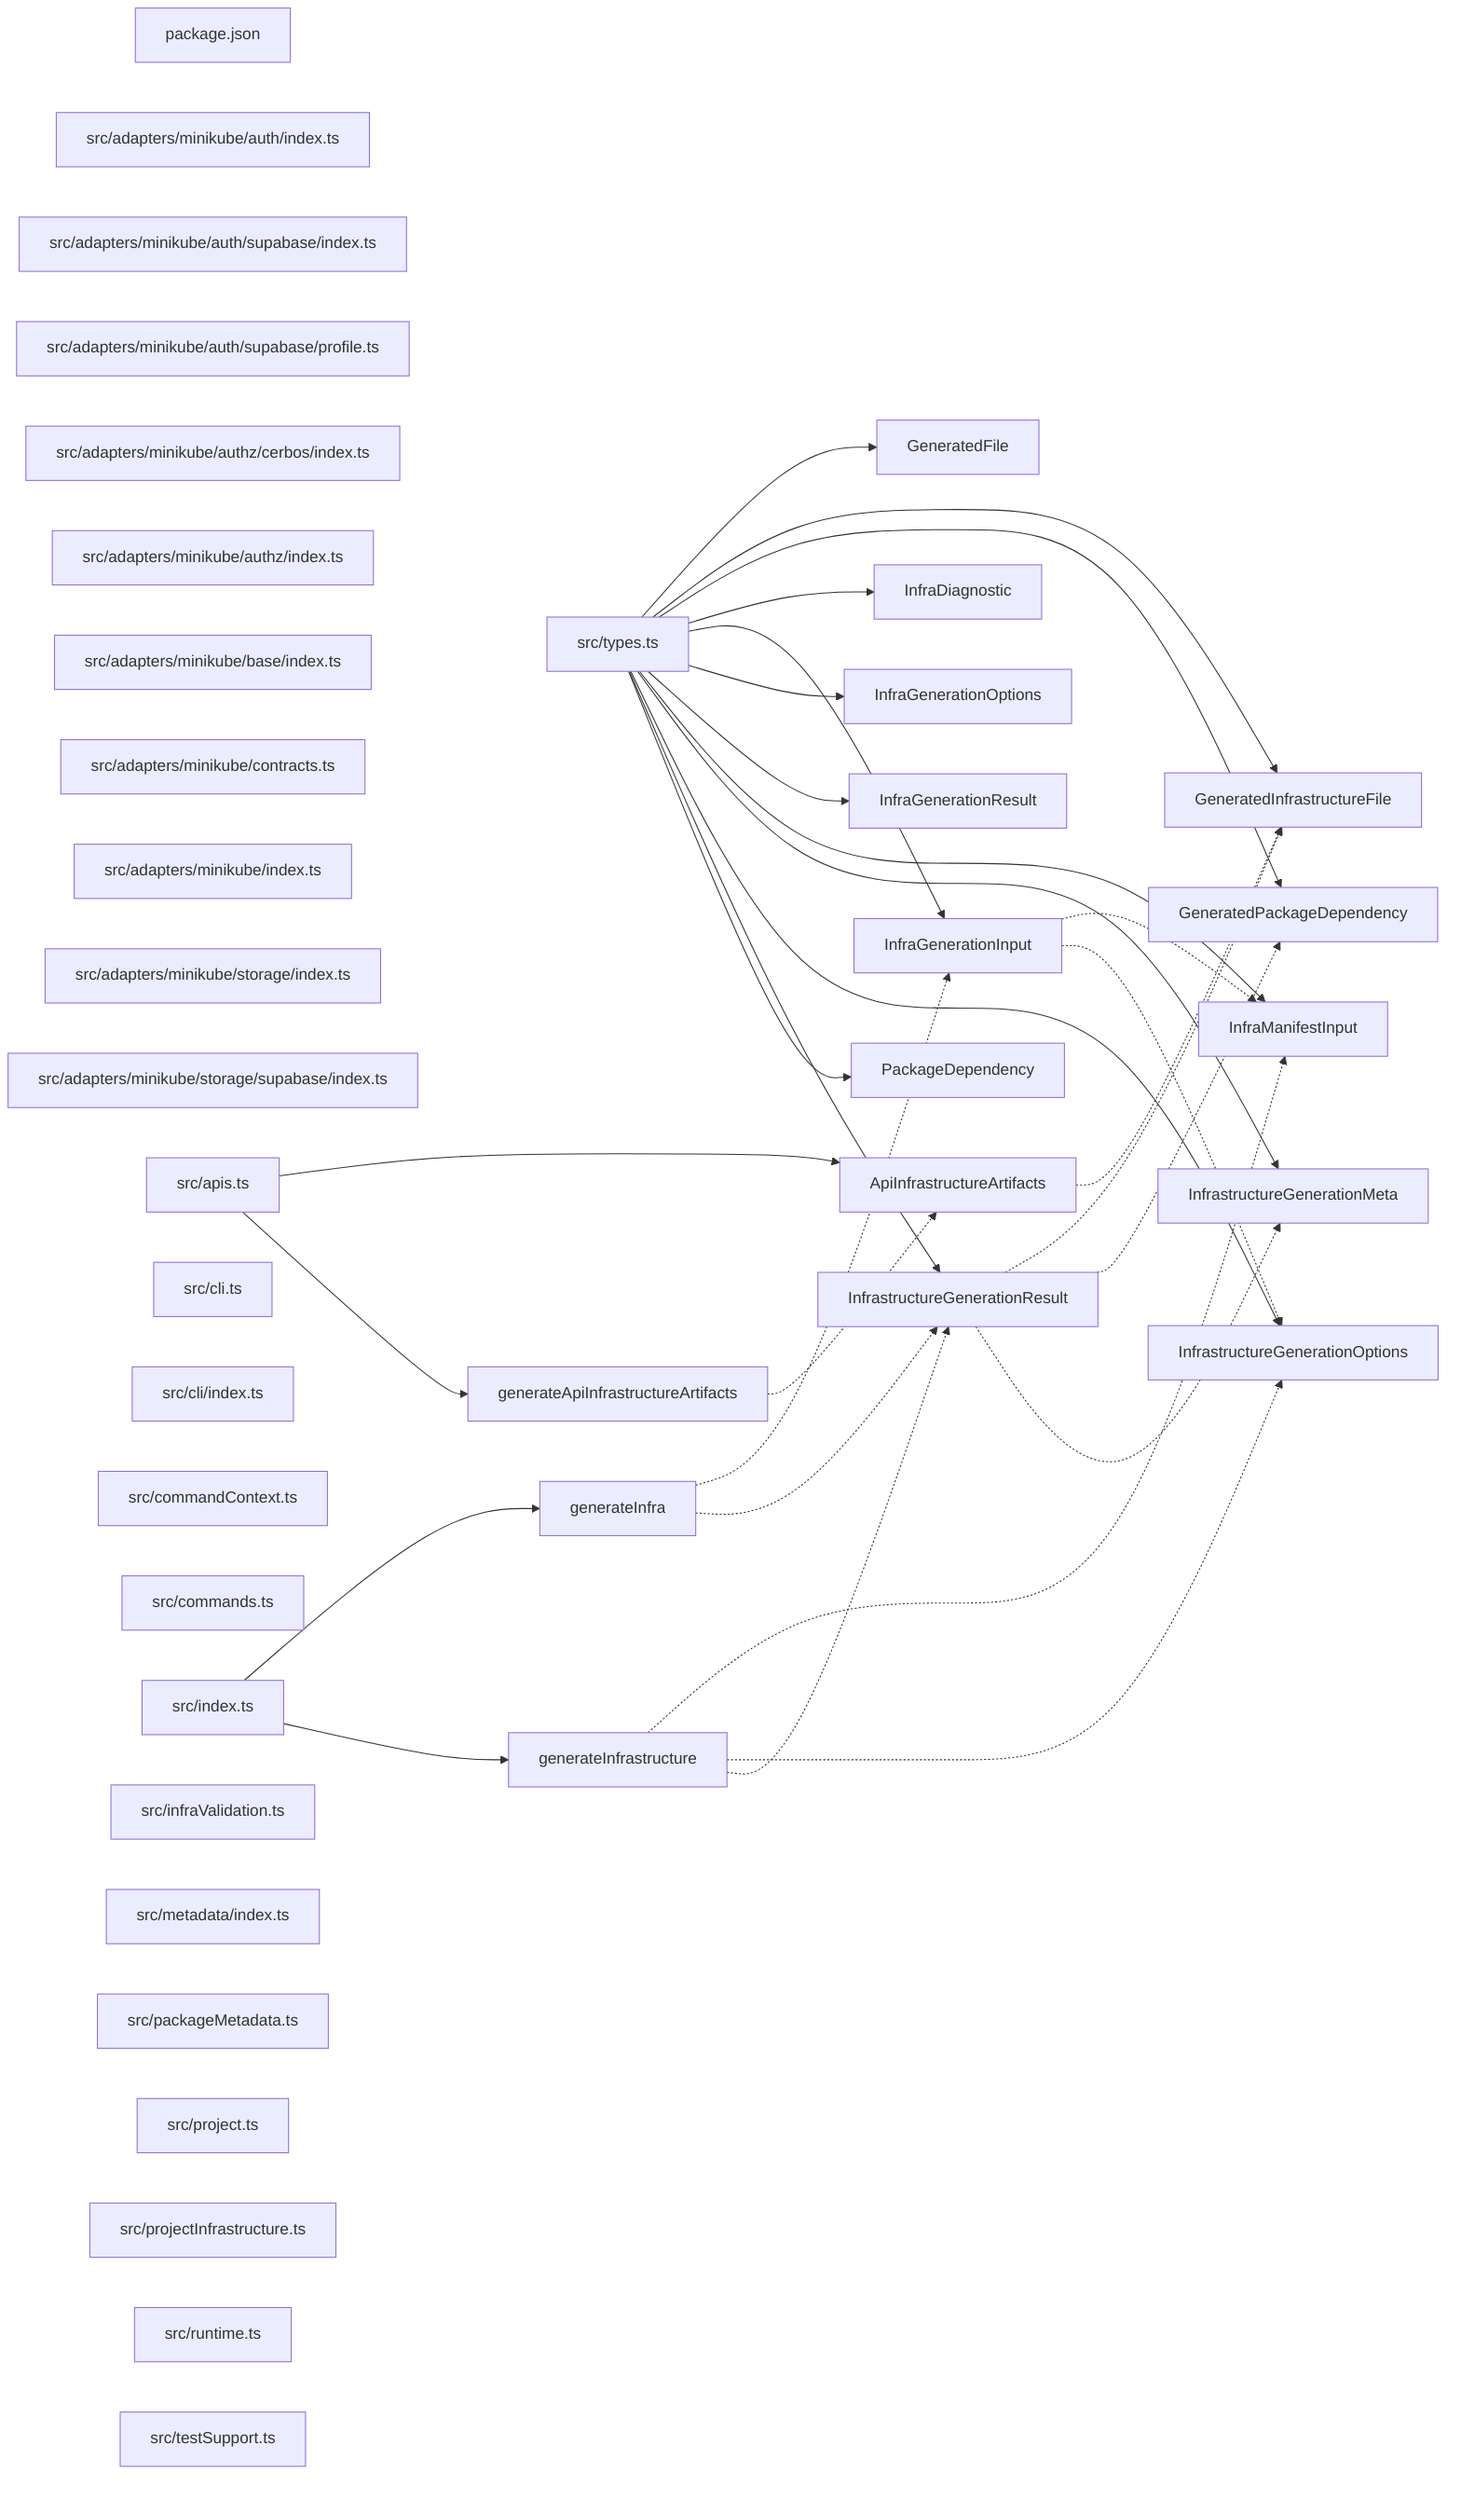
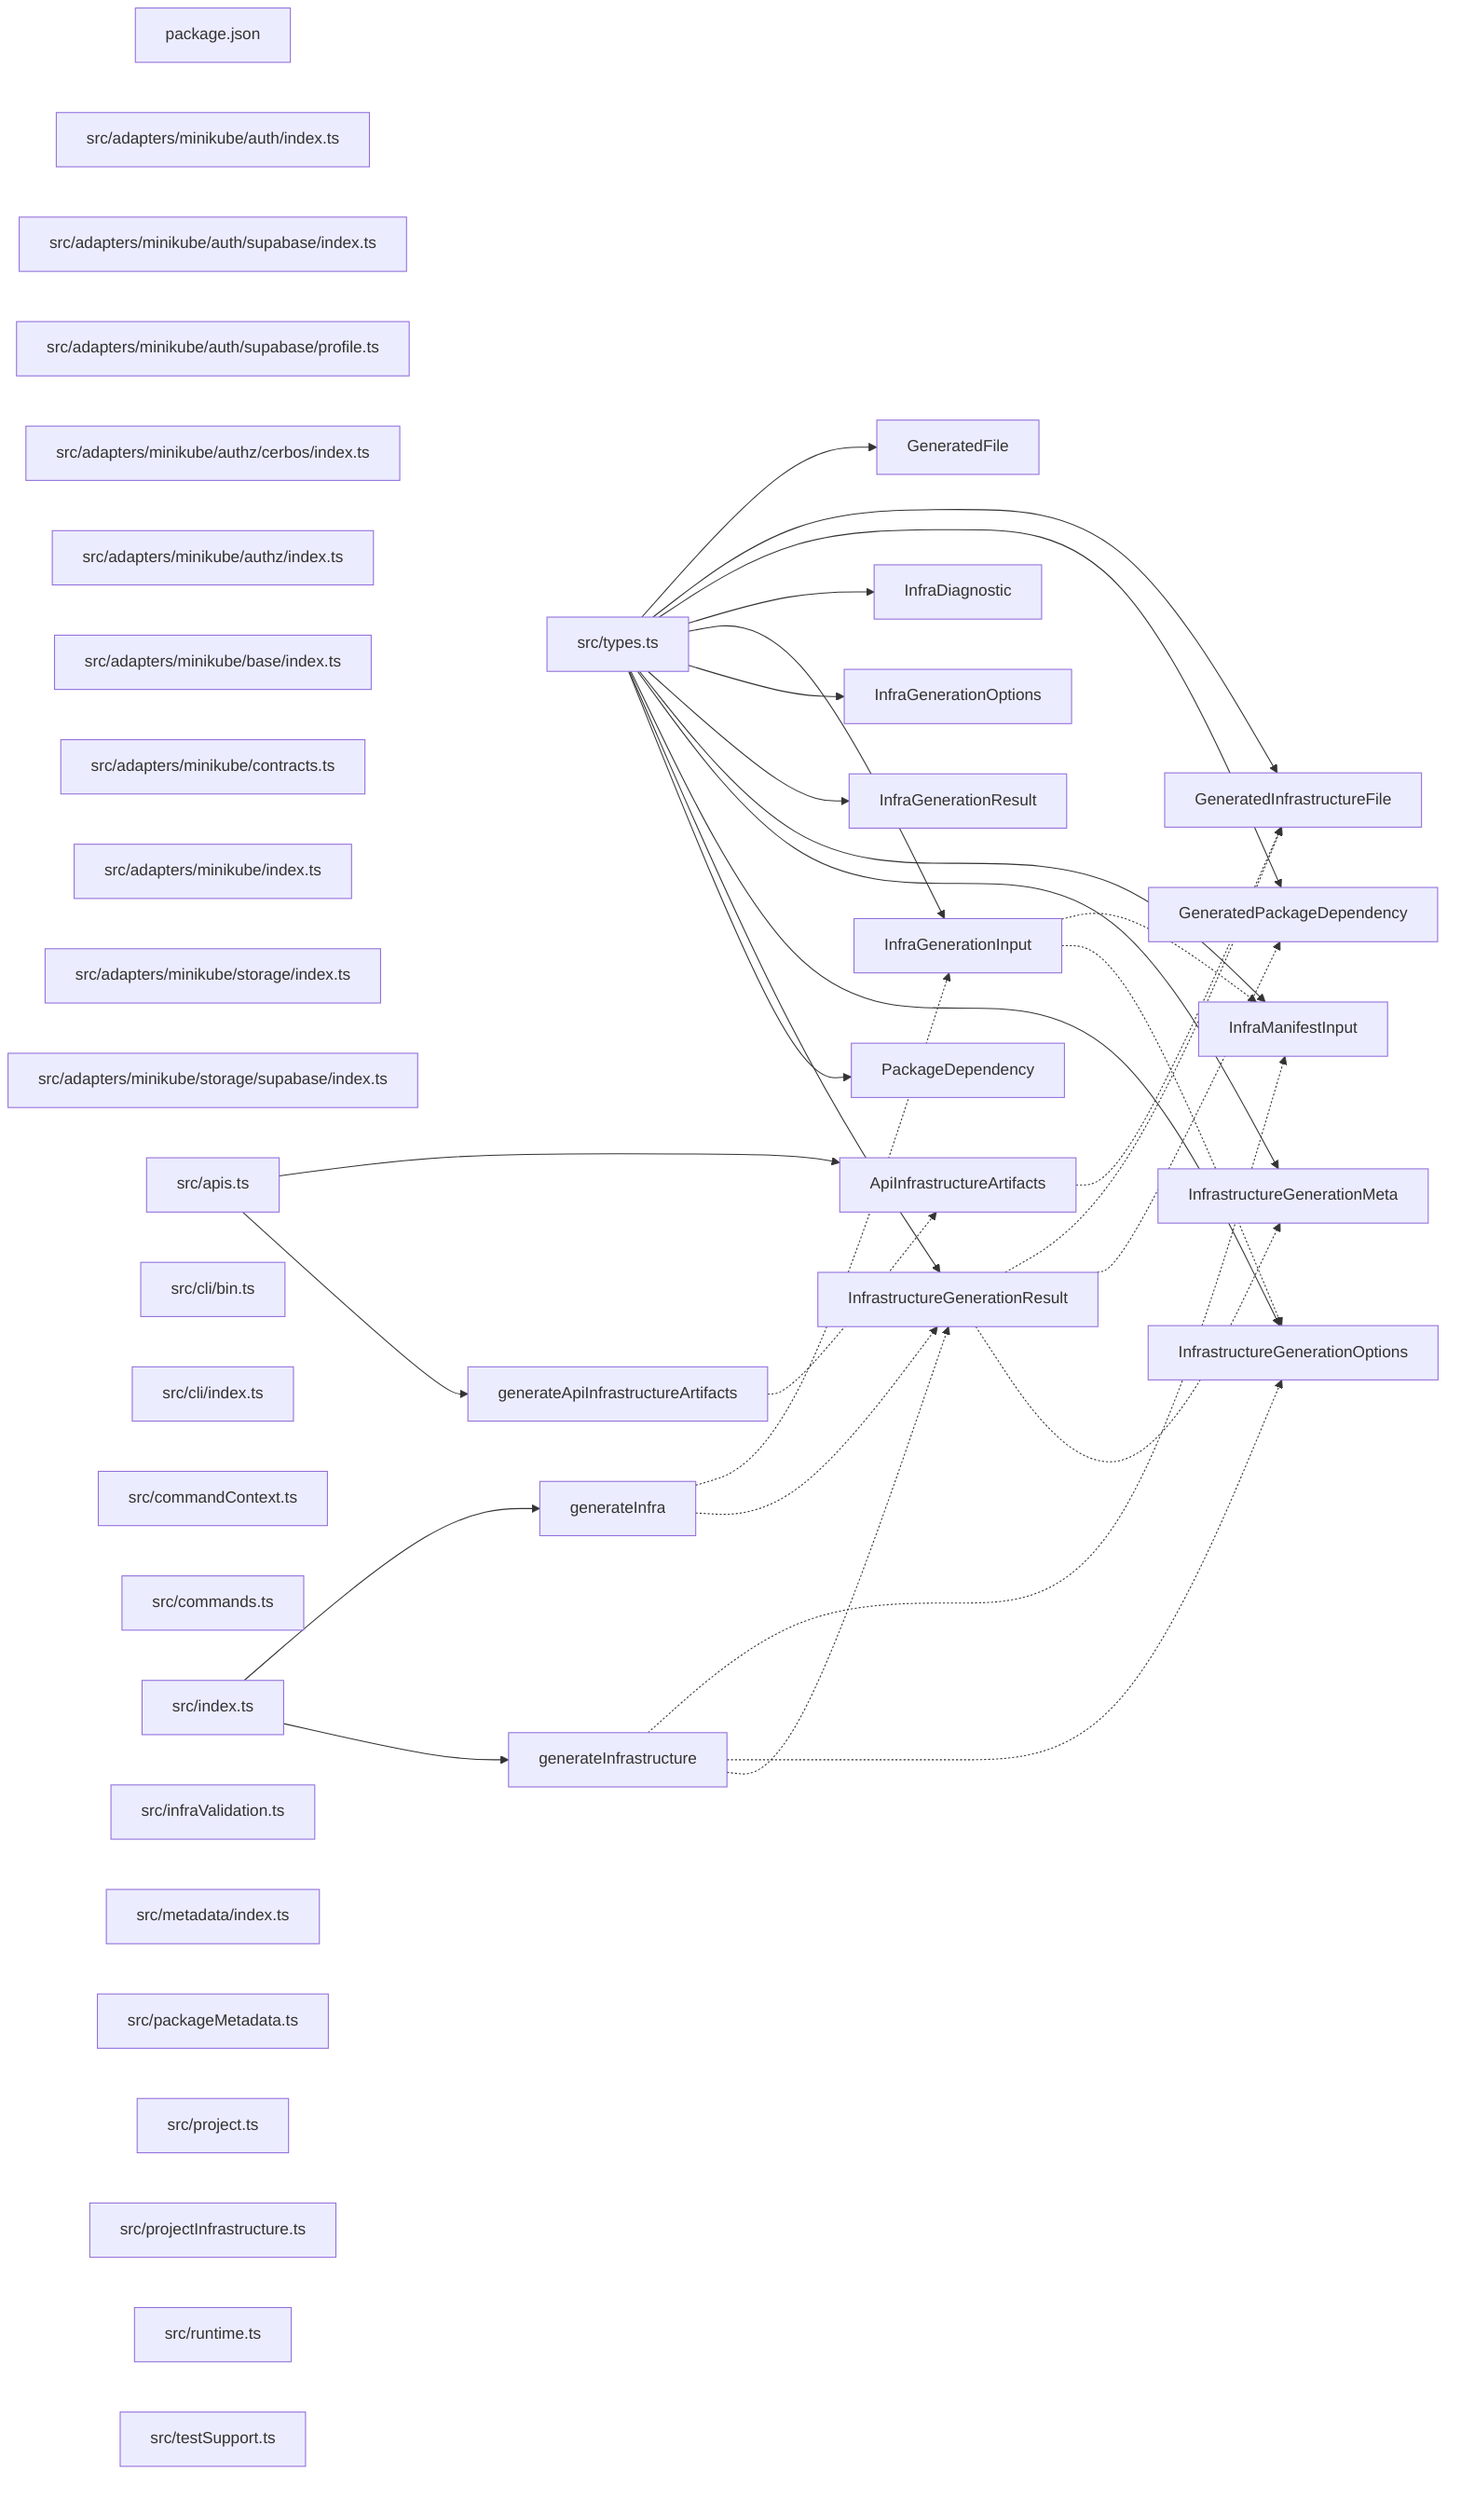
graph LR
  module_package_json["package.json"]
  module_src_adapters_minikube_auth_index_ts["src/adapters/minikube/auth/index.ts"]
  module_src_adapters_minikube_auth_supabase_index_ts["src/adapters/minikube/auth/supabase/index.ts"]
  module_src_adapters_minikube_auth_supabase_profile_ts["src/adapters/minikube/auth/supabase/profile.ts"]
  module_src_adapters_minikube_authz_cerbos_index_ts["src/adapters/minikube/authz/cerbos/index.ts"]
  module_src_adapters_minikube_authz_index_ts["src/adapters/minikube/authz/index.ts"]
  module_src_adapters_minikube_base_index_ts["src/adapters/minikube/base/index.ts"]
  module_src_adapters_minikube_contracts_ts["src/adapters/minikube/contracts.ts"]
  module_src_adapters_minikube_index_ts["src/adapters/minikube/index.ts"]
  module_src_adapters_minikube_storage_index_ts["src/adapters/minikube/storage/index.ts"]
  module_src_adapters_minikube_storage_supabase_index_ts["src/adapters/minikube/storage/supabase/index.ts"]
  module_src_apis_ts["src/apis.ts"]
-   module_src_cli_ts["src/cli.ts"]
+   module_src_cli_bin_ts["src/cli/bin.ts"]
  module_src_cli_index_ts["src/cli/index.ts"]
  module_src_commandContext_ts["src/commandContext.ts"]
  module_src_commands_ts["src/commands.ts"]
  module_src_index_ts["src/index.ts"]
  module_src_infraValidation_ts["src/infraValidation.ts"]
  module_src_metadata_index_ts["src/metadata/index.ts"]
  module_src_packageMetadata_ts["src/packageMetadata.ts"]
  module_src_project_ts["src/project.ts"]
  module_src_projectInfrastructure_ts["src/projectInfrastructure.ts"]
  module_src_runtime_ts["src/runtime.ts"]
  module_src_testSupport_ts["src/testSupport.ts"]
  module_src_types_ts["src/types.ts"]
  export_ApiInfrastructureArtifacts["ApiInfrastructureArtifacts"]
  module_src_apis_ts --> export_ApiInfrastructureArtifacts
  export_ApiInfrastructureArtifacts -.-> export_GeneratedInfrastructureFile
  export_generateApiInfrastructureArtifacts["generateApiInfrastructureArtifacts"]
  module_src_apis_ts --> export_generateApiInfrastructureArtifacts
  export_generateApiInfrastructureArtifacts -.-> export_ApiInfrastructureArtifacts
  export_GeneratedFile["GeneratedFile"]
  module_src_types_ts --> export_GeneratedFile
  export_GeneratedInfrastructureFile["GeneratedInfrastructureFile"]
  module_src_types_ts --> export_GeneratedInfrastructureFile
  export_GeneratedPackageDependency["GeneratedPackageDependency"]
  module_src_types_ts --> export_GeneratedPackageDependency
  export_generateInfra["generateInfra"]
  module_src_index_ts --> export_generateInfra
  export_generateInfra -.-> export_InfraGenerationInput
  export_generateInfra -.-> export_InfrastructureGenerationResult
  export_generateInfrastructure["generateInfrastructure"]
  module_src_index_ts --> export_generateInfrastructure
  export_generateInfrastructure -.-> export_InfraManifestInput
  export_generateInfrastructure -.-> export_InfrastructureGenerationOptions
  export_generateInfrastructure -.-> export_InfrastructureGenerationResult
  export_InfraDiagnostic["InfraDiagnostic"]
  module_src_types_ts --> export_InfraDiagnostic
  export_InfraGenerationInput["InfraGenerationInput"]
  module_src_types_ts --> export_InfraGenerationInput
  export_InfraGenerationInput -.-> export_InfraManifestInput
  export_InfraGenerationInput -.-> export_InfrastructureGenerationOptions
  export_InfraGenerationOptions["InfraGenerationOptions"]
  module_src_types_ts --> export_InfraGenerationOptions
  export_InfraGenerationResult["InfraGenerationResult"]
  module_src_types_ts --> export_InfraGenerationResult
  export_InfraManifestInput["InfraManifestInput"]
  module_src_types_ts --> export_InfraManifestInput
  export_InfrastructureGenerationMeta["InfrastructureGenerationMeta"]
  module_src_types_ts --> export_InfrastructureGenerationMeta
  export_InfrastructureGenerationOptions["InfrastructureGenerationOptions"]
  module_src_types_ts --> export_InfrastructureGenerationOptions
  export_InfrastructureGenerationResult["InfrastructureGenerationResult"]
  module_src_types_ts --> export_InfrastructureGenerationResult
  export_InfrastructureGenerationResult -.-> export_GeneratedInfrastructureFile
  export_InfrastructureGenerationResult -.-> export_GeneratedPackageDependency
  export_InfrastructureGenerationResult -.-> export_InfrastructureGenerationMeta
  export_PackageDependency["PackageDependency"]
  module_src_types_ts --> export_PackageDependency
